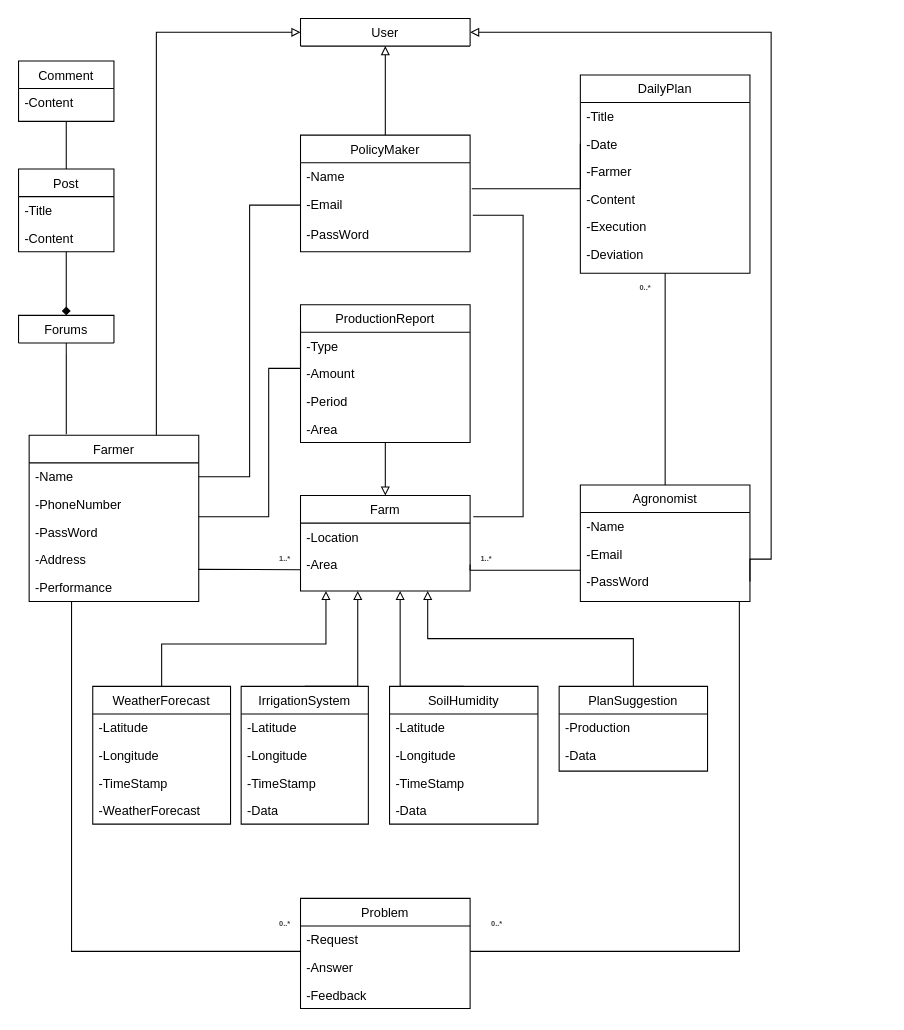
Above: RASD/diagrams/Class diagram.drawio in ictar/DREAM-SE2-Project-2022 (draw.io), before the change. Source tidied: cells renumbered, new cells numbered last; positions are measured from the earlier drawing's top-left corner, leaving out a move shared by most shapes. Both pictures are drawn from the tidied source at 106%, with x=0, y=0 at pixel (18, 18).
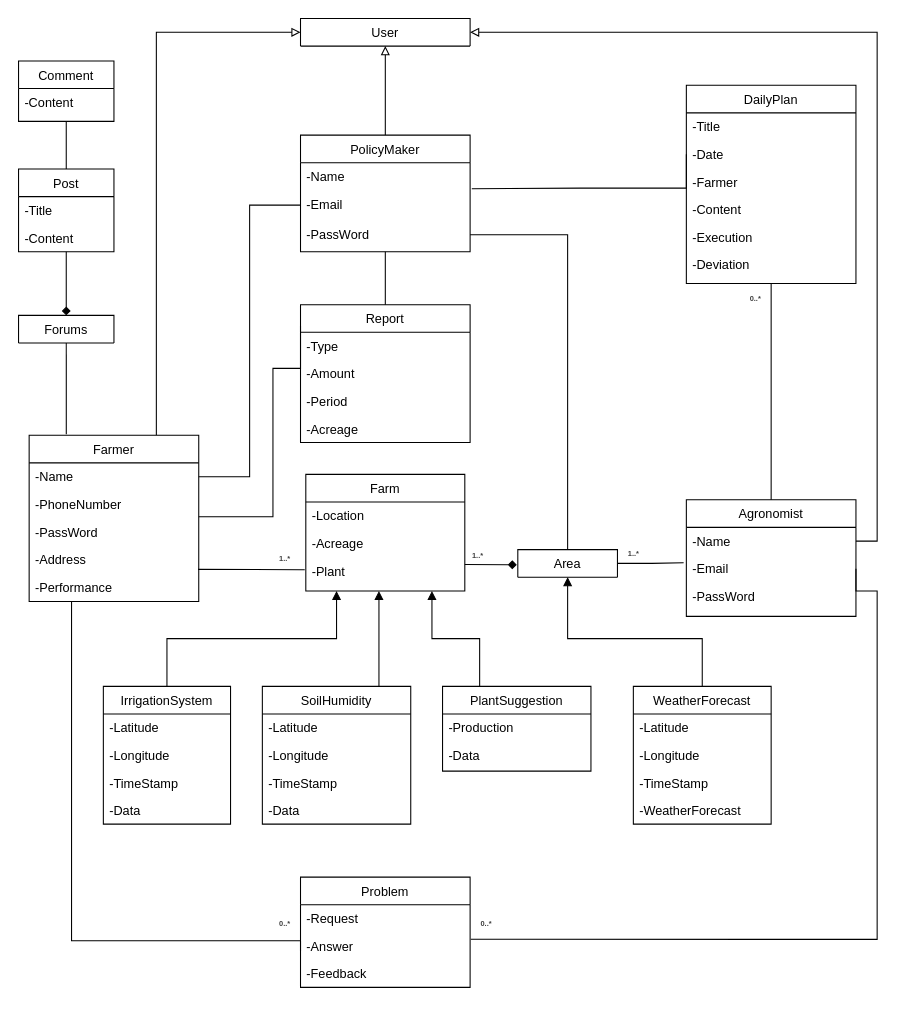
Above is the later version.

Commit message (it also covers changes not shown here):
Update  class&usecase diagram

The change refers to these unchanged cells:
```xml
<mxCell id="14" value="-Name" style="text;align=left;verticalAlign=top;spacingLeft=4;spacingRight=4;overflow=hidden;points=[[0,0.5],[1,0.5]];portConstraint=eastwest;" parent="13" vertex="1">
  <mxGeometry y="26" width="160" height="26" as="geometry" />
</mxCell>
<mxCell id="15" value="-Email" style="text;align=left;verticalAlign=top;spacingLeft=4;spacingRight=4;overflow=hidden;points=[[0,0.5],[1,0.5]];portConstraint=eastwest;" parent="13" vertex="1">
  <mxGeometry y="52" width="160" height="26" as="geometry" />
</mxCell>
<mxCell id="16" value="-PassWord" style="text;align=left;verticalAlign=top;spacingLeft=4;spacingRight=4;overflow=hidden;points=[[0,0.5],[1,0.5]];portConstraint=eastwest;" parent="13" vertex="1">
  <mxGeometry y="78" width="160" height="26" as="geometry" />
</mxCell>
<mxCell id="18" value="PolicyMaker" style="swimlane;fontStyle=0;align=center;verticalAlign=top;horizontal=1;startSize=26;rounded=0;shadow=0;strokeWidth=1;" parent="1" vertex="1">
  <mxGeometry x="266" y="110" width="160" height="110" as="geometry" />
</mxCell>
<mxCell id="20" value="-Email" style="text;align=left;verticalAlign=top;spacingLeft=4;spacingRight=4;overflow=hidden;points=[[0,0.5],[1,0.5]];portConstraint=eastwest;" parent="18" vertex="1">
  <mxGeometry y="52" width="160" height="28" as="geometry" />
</mxCell>
<mxCell id="21" value="-PassWord" style="text;align=left;verticalAlign=top;spacingLeft=4;spacingRight=4;overflow=hidden;points=[[0,0.5],[1,0.5]];portConstraint=eastwest;" parent="18" vertex="1">
  <mxGeometry y="80" width="160" height="28" as="geometry" />
</mxCell>
<mxCell id="28" value="-Answer" style="text;align=left;verticalAlign=top;spacingLeft=4;spacingRight=4;overflow=hidden;points=[[0,0.5],[1,0.5]];portConstraint=eastwest;rounded=0;shadow=0;html=0;" parent="26" vertex="1">
  <mxGeometry y="52" width="160" height="26" as="geometry" />
</mxCell>
<mxCell id="41" value="-Address" style="text;align=left;verticalAlign=top;spacingLeft=4;spacingRight=4;overflow=hidden;points=[[0,0.5],[1,0.5]];portConstraint=eastwest;" parent="1" vertex="1">
  <mxGeometry x="10" y="497.2" width="160" height="26" as="geometry" />
</mxCell>
<mxCell id="70" value="User" style="swimlane;fontStyle=0;align=center;verticalAlign=top;horizontal=1;startSize=26;rounded=0;shadow=0;strokeWidth=1;" parent="1" vertex="1" collapsed="1">
  <mxGeometry x="266" width="160" height="26" as="geometry" />
</mxCell>
```

Change to the diagram source:
```diff
@@
-    <mxCell id="2" style="edgeStyle=orthogonalEdgeStyle;rounded=0;jettySize=auto;html=1;exitX=0.5;exitY=1;exitDx=0;exitDy=0;entryX=0.5;entryY=0;entryDx=0;entryDy=0;fontSize=7;endArrow=block;endFill=0;" parent="1" edge="1" source="3" target="22">
-      <mxGeometry relative="1" as="geometry" />
-    </mxCell>
-    <mxCell id="3" value="ProductionReport" style="swimlane;fontStyle=0;align=center;verticalAlign=top;horizontal=1;startSize=26;rounded=0;shadow=0;strokeWidth=1;" parent="1" vertex="1">
+    <mxCell id="3" value="Report" style="swimlane;fontStyle=0;align=center;verticalAlign=top;horizontal=1;startSize=26;rounded=0;shadow=0;strokeWidth=1;" parent="1" vertex="1">
       <mxGeometry x="266" y="270" width="160" height="130" as="geometry" />
     </mxCell>
@@
-    <mxCell id="7" value="-Area" style="text;align=left;verticalAlign=top;spacingLeft=4;spacingRight=4;overflow=hidden;" parent="3" vertex="1">
+    <mxCell id="7" value="-Acreage" style="text;align=left;verticalAlign=top;spacingLeft=4;spacingRight=4;overflow=hidden;" parent="3" vertex="1">
       <mxGeometry y="104" width="160" height="26" as="geometry" />
     </mxCell>
@@
     <mxCell id="13" value="Agronomist" style="swimlane;fontStyle=0;align=center;verticalAlign=top;horizontal=1;startSize=26;rounded=0;shadow=0;strokeWidth=1;" parent="1" vertex="1">
-      <mxGeometry x="530" y="440" width="160" height="110" as="geometry" />
+      <mxGeometry x="630" y="454" width="160" height="110" as="geometry" />
     </mxCell>
@@
+    <mxCell id="86" style="edgeStyle=orthogonalEdgeStyle;rounded=0;jettySize=auto;html=1;exitX=0.5;exitY=1;exitDx=0;exitDy=0;entryX=0.5;entryY=0;entryDx=0;entryDy=0;endArrow=none;endFill=0;" parent="1" edge="1" source="18" target="3">
+      <mxGeometry relative="1" as="geometry" />
+    </mxCell>
@@
     <mxCell id="22" value="Farm" style="swimlane;fontStyle=0;align=center;verticalAlign=top;horizontal=1;startSize=26;rounded=0;shadow=0;strokeWidth=1;" parent="1" vertex="1">
-      <mxGeometry x="266" y="450" width="160" height="90" as="geometry" />
+      <mxGeometry x="271" y="430" width="150" height="110" as="geometry" />
     </mxCell>
     <mxCell id="23" value="-Location" style="text;align=left;verticalAlign=top;spacingLeft=4;spacingRight=4;overflow=hidden;rounded=0;shadow=0;html=0;" parent="22" vertex="1">
-      <mxGeometry y="26" width="160" height="26" as="geometry" />
+      <mxGeometry y="26" width="150" height="26" as="geometry" />
     </mxCell>
-    <mxCell id="24" value="-Area" style="text;align=left;verticalAlign=top;spacingLeft=4;spacingRight=4;overflow=hidden;points=[[0,0.5],[1,0.5]];portConstraint=eastwest;" parent="22" vertex="1">
-      <mxGeometry y="52" width="160" height="26" as="geometry" />
+    <mxCell id="24" value="-Acreage" style="text;align=left;verticalAlign=top;spacingLeft=4;spacingRight=4;overflow=hidden;points=[[0,0.5],[1,0.5]];portConstraint=eastwest;" parent="22" vertex="1">
+      <mxGeometry y="52" width="150" height="26" as="geometry" />
     </mxCell>
@@
+    <mxCell id="87" value="-Plant" style="text;align=left;verticalAlign=top;spacingLeft=4;spacingRight=4;overflow=hidden;" parent="22" vertex="1">
+      <mxGeometry y="78" width="150" height="26" as="geometry" />
+    </mxCell>
     <mxCell id="26" value="Problem" style="swimlane;fontStyle=0;align=center;verticalAlign=top;horizontal=1;startSize=26;rounded=0;shadow=0;strokeWidth=1;" parent="1" vertex="1">
-      <mxGeometry x="266" y="830" width="160" height="104" as="geometry" />
+      <mxGeometry x="266" y="810" width="160" height="104" as="geometry" />
     </mxCell>
@@
     <mxCell id="33" value="DailyPlan" style="swimlane;fontStyle=0;align=center;verticalAlign=top;horizontal=1;startSize=26;rounded=0;shadow=0;strokeWidth=1;" parent="1" vertex="1">
-      <mxGeometry x="530" y="53.2" width="160" height="187" as="geometry" />
+      <mxGeometry x="630" y="63" width="160" height="187" as="geometry" />
     </mxCell>
@@
     <mxCell id="40" style="edgeStyle=orthogonalEdgeStyle;rounded=0;orthogonalLoop=1;jettySize=auto;html=1;endArrow=none;endFill=0;" parent="1" edge="1">
       <mxGeometry relative="1" as="geometry">
         <mxPoint x="170" y="470" as="sourcePoint" />
         <mxPoint x="266" y="290" as="targetPoint" />
         <Array as="points">
-          <mxPoint x="236" y="470" />
-          <mxPoint x="236" y="330" />
+          <mxPoint x="240" y="470" />
+          <mxPoint x="240" y="330" />
           <mxPoint x="266" y="330" />
         </Array>
       </mxGeometry>
     </mxCell>
@@
-    <mxCell id="43" style="edgeStyle=orthogonalEdgeStyle;rounded=0;jettySize=auto;html=1;entryX=1.016;entryY=0.839;entryDx=0;entryDy=0;entryPerimeter=0;endArrow=none;endFill=0;" parent="1" edge="1" target="20">
-      <mxGeometry relative="1" as="geometry">
-        <mxPoint x="429" y="470" as="sourcePoint" />
-        <Array as="points">
-          <mxPoint x="476" y="470" />
-          <mxPoint x="476" y="185" />
-          <mxPoint x="429" y="185" />
-        </Array>
-      </mxGeometry>
-    </mxCell>
@@
-    <mxCell id="45" style="edgeStyle=orthogonalEdgeStyle;rounded=0;jettySize=auto;html=1;exitX=0.5;exitY=0;exitDx=0;exitDy=0;endArrow=block;endFill=0;" parent="1" edge="1" source="46">
-      <mxGeometry relative="1" as="geometry">
-        <mxPoint x="290" y="540" as="targetPoint" />
-        <Array as="points">
-          <mxPoint x="140" y="590" />
-          <mxPoint x="290" y="590" />
-          <mxPoint x="290" y="550" />
-        </Array>
-      </mxGeometry>
-    </mxCell>
+    <mxCell id="88" style="edgeStyle=orthogonalEdgeStyle;rounded=0;jettySize=auto;html=1;exitX=0.5;exitY=0;exitDx=0;exitDy=0;entryX=0.5;entryY=1;entryDx=0;entryDy=0;endArrow=block;endFill=1;" parent="1" edge="1" target="93">
+      <mxGeometry relative="1" as="geometry">
+        <mxPoint x="645" y="636" as="sourcePoint" />
+        <Array as="points">
+          <mxPoint x="645" y="585" />
+          <mxPoint x="518" y="585" />
+        </Array>
+      </mxGeometry>
+    </mxCell>
     <mxCell id="46" value="WeatherForecast" style="swimlane;fontStyle=0;align=center;verticalAlign=top;horizontal=1;startSize=26;rounded=0;shadow=0;strokeWidth=1;" parent="1" vertex="1">
-      <mxGeometry x="70" y="630" width="130" height="130" as="geometry" />
+      <mxGeometry x="580" y="630" width="130" height="130" as="geometry" />
     </mxCell>
@@
-    <mxCell id="51" style="edgeStyle=orthogonalEdgeStyle;rounded=0;jettySize=auto;html=1;exitX=0.5;exitY=0;exitDx=0;exitDy=0;endArrow=block;endFill=0;" parent="1" edge="1" source="52">
-      <mxGeometry relative="1" as="geometry">
-        <mxPoint x="320" y="540" as="targetPoint" />
-        <Array as="points">
-          <mxPoint x="320" y="630" />
-        </Array>
-      </mxGeometry>
-    </mxCell>
+    <mxCell id="89" style="edgeStyle=orthogonalEdgeStyle;rounded=0;jettySize=auto;html=1;exitX=0.5;exitY=0;exitDx=0;exitDy=0;endArrow=block;endFill=1;" parent="1" edge="1" source="52">
+      <mxGeometry relative="1" as="geometry">
+        <mxPoint x="300" y="540" as="targetPoint" />
+        <Array as="points">
+          <mxPoint x="140" y="585" />
+          <mxPoint x="300" y="585" />
+          <mxPoint x="300" y="540" />
+        </Array>
+      </mxGeometry>
+    </mxCell>
     <mxCell id="52" value="IrrigationSystem" style="swimlane;fontStyle=0;align=center;verticalAlign=top;horizontal=1;startSize=26;rounded=0;shadow=0;strokeWidth=1;" parent="1" vertex="1">
-      <mxGeometry x="210" y="630" width="120" height="130" as="geometry" />
+      <mxGeometry x="80" y="630" width="120" height="130" as="geometry" />
     </mxCell>
@@
-    <mxCell id="57" style="edgeStyle=orthogonalEdgeStyle;rounded=0;jettySize=auto;html=1;exitX=0.5;exitY=0;exitDx=0;exitDy=0;endArrow=block;endFill=0;" parent="1" edge="1" source="58">
-      <mxGeometry relative="1" as="geometry">
-        <mxPoint x="360" y="540" as="targetPoint" />
-        <Array as="points">
-          <mxPoint x="360" y="630" />
-          <mxPoint x="360" y="550" />
-        </Array>
-      </mxGeometry>
-    </mxCell>
+    <mxCell id="90" style="edgeStyle=orthogonalEdgeStyle;rounded=0;orthogonalLoop=1;jettySize=auto;html=1;exitX=0.75;exitY=0;exitDx=0;exitDy=0;endArrow=block;endFill=1;" parent="1" edge="1">
+      <mxGeometry relative="1" as="geometry">
+        <mxPoint x="340" y="630" as="sourcePoint" />
+        <mxPoint x="340" y="540" as="targetPoint" />
+      </mxGeometry>
+    </mxCell>
     <mxCell id="58" value="SoilHumidity" style="swimlane;fontStyle=0;align=center;verticalAlign=top;horizontal=1;startSize=26;rounded=0;shadow=0;strokeWidth=1;" parent="1" vertex="1">
-      <mxGeometry x="350" y="630" width="140" height="130" as="geometry" />
+      <mxGeometry x="230" y="630" width="140" height="130" as="geometry" />
     </mxCell>
@@
     <mxCell id="63" style="edgeStyle=orthogonalEdgeStyle;rounded=0;jettySize=auto;html=1;entryX=0.996;entryY=0.864;entryDx=0;entryDy=0;entryPerimeter=0;endArrow=none;endFill=0;" parent="1" edge="1" target="41">
       <mxGeometry relative="1" as="geometry">
-        <mxPoint x="266" y="520" as="sourcePoint" />
+        <mxPoint x="270" y="520" as="sourcePoint" />
         <Array as="points">
           <mxPoint x="266" y="520" />
         </Array>
       </mxGeometry>
     </mxCell>
@@
     <mxCell id="65" value="&lt;span style=&quot;color: rgb(63 , 63 , 63) ; font-size: 7px ; background-color: rgb(255 , 255 , 255)&quot;&gt;&lt;b&gt;0..*&lt;/b&gt;&lt;/span&gt;" style="text;html=1;align=center;verticalAlign=middle;strokeColor=none;fillColor=none;fontSize=7;" parent="1" vertex="1">
-      <mxGeometry x="576" y="250" width="30" height="10" as="geometry" />
+      <mxGeometry x="680" y="260" width="30" height="10" as="geometry" />
     </mxCell>
     <mxCell id="66" style="edgeStyle=orthogonalEdgeStyle;rounded=0;orthogonalLoop=1;jettySize=auto;html=1;fontSize=7;endArrow=none;endFill=0;" parent="1" edge="1">
       <mxGeometry relative="1" as="geometry">
         <mxPoint x="266" y="880" as="sourcePoint" />
         <mxPoint x="50" y="550" as="targetPoint" />
         <Array as="points">
-          <mxPoint x="50" y="880" />
-          <mxPoint x="50" y="550" />
+          <mxPoint x="266" y="870" />
+          <mxPoint x="50" y="870" />
         </Array>
       </mxGeometry>
     </mxCell>
-    <mxCell id="67" style="edgeStyle=orthogonalEdgeStyle;rounded=0;orthogonalLoop=1;jettySize=auto;html=1;fontSize=7;endArrow=none;endFill=0;" parent="1" edge="1">
-      <mxGeometry relative="1" as="geometry">
-        <mxPoint x="426" y="880" as="sourcePoint" />
-        <mxPoint x="680" y="550" as="targetPoint" />
-        <Array as="points">
-          <mxPoint x="680" y="880" />
-        </Array>
-      </mxGeometry>
-    </mxCell>
@@
     <mxCell id="69" value="&lt;span style=&quot;color: rgb(63 , 63 , 63) ; font-size: 7px ; background-color: rgb(255 , 255 , 255)&quot;&gt;&lt;b&gt;0..*&lt;/b&gt;&lt;/span&gt;" style="text;html=1;align=center;verticalAlign=middle;strokeColor=none;fillColor=none;fontSize=7;" parent="1" vertex="1">
-      <mxGeometry x="436" y="850" width="30" height="10" as="geometry" />
+      <mxGeometry x="426" y="850" width="30" height="10" as="geometry" />
     </mxCell>
@@
-    <mxCell id="71" style="edgeStyle=orthogonalEdgeStyle;rounded=0;jettySize=auto;html=1;exitX=1;exitY=0.5;exitDx=0;exitDy=0;entryX=1;entryY=0.5;entryDx=0;entryDy=0;fontSize=7;endArrow=block;endFill=0;" parent="1" edge="1" source="16" target="70">
-      <mxGeometry relative="1" as="geometry">
-        <Array as="points">
-          <mxPoint x="690" y="510" />
-          <mxPoint x="710" y="510" />
-          <mxPoint x="710" y="13" />
-        </Array>
-      </mxGeometry>
-    </mxCell>
-    <mxCell id="72" style="edgeStyle=orthogonalEdgeStyle;rounded=0;jettySize=auto;html=1;exitX=0.5;exitY=0;exitDx=0;exitDy=0;entryX=0.75;entryY=1;entryDx=0;entryDy=0;fontSize=7;endArrow=block;endFill=0;" parent="1" edge="1" source="73" target="22">
-      <mxGeometry relative="1" as="geometry" />
-    </mxCell>
+    <mxCell id="91" style="edgeStyle=orthogonalEdgeStyle;rounded=0;jettySize=auto;html=1;exitX=0.25;exitY=0;exitDx=0;exitDy=0;endArrow=block;endFill=1;" parent="1" edge="1" source="73">
+      <mxGeometry relative="1" as="geometry">
+        <mxPoint x="390" y="540" as="targetPoint" />
+        <Array as="points">
+          <mxPoint x="435" y="585" />
+          <mxPoint x="390" y="585" />
+          <mxPoint x="390" y="540" />
+        </Array>
+      </mxGeometry>
+    </mxCell>
-    <mxCell id="73" value="PlanSuggestion" style="swimlane;fontStyle=0;align=center;verticalAlign=top;horizontal=1;startSize=26;rounded=0;shadow=0;strokeWidth=1;" parent="1" vertex="1">
-      <mxGeometry x="510" y="630" width="140" height="80" as="geometry" />
+    <mxCell id="73" value="PlantSuggestion" style="swimlane;fontStyle=0;align=center;verticalAlign=top;horizontal=1;startSize=26;rounded=0;shadow=0;strokeWidth=1;" parent="1" vertex="1">
+      <mxGeometry x="400" y="630" width="140" height="80" as="geometry" />
     </mxCell>
@@
-    <mxCell id="76" style="edgeStyle=orthogonalEdgeStyle;rounded=0;jettySize=auto;html=1;exitX=1;exitY=0.5;exitDx=0;exitDy=0;entryX=0;entryY=0.25;entryDx=0;entryDy=0;entryPerimeter=0;fontSize=7;endArrow=none;endFill=0;" parent="1" edge="1" source="24">
-      <mxGeometry relative="1" as="geometry">
-        <mxPoint x="530" y="520.5" as="targetPoint" />
-        <Array as="points">
-          <mxPoint x="426" y="521" />
-        </Array>
-      </mxGeometry>
-    </mxCell>
     <mxCell id="77" value="&lt;span style=&quot;color: rgb(63 , 63 , 63) ; font-size: 7px ; background-color: rgb(255 , 255 , 255)&quot;&gt;&lt;b&gt;1..*&lt;/b&gt;&lt;/span&gt;" style="text;html=1;align=center;verticalAlign=middle;strokeColor=none;fillColor=none;fontSize=7;" parent="1" vertex="1">
-      <mxGeometry x="426" y="505" width="30" height="10" as="geometry" />
+      <mxGeometry x="418" y="502" width="30" height="10" as="geometry" />
     </mxCell>
@@
+    <mxCell id="92" style="edgeStyle=orthogonalEdgeStyle;rounded=0;jettySize=auto;html=1;exitX=1;exitY=0.5;exitDx=0;exitDy=0;entryX=-0.016;entryY=0.281;entryDx=0;entryDy=0;entryPerimeter=0;endArrow=none;endFill=0;" parent="1" edge="1" source="93" target="15">
+      <mxGeometry relative="1" as="geometry" />
+    </mxCell>
+    <mxCell id="93" value="Area" style="swimlane;fontStyle=0;align=center;verticalAlign=top;horizontal=1;startSize=26;rounded=0;shadow=0;strokeWidth=1;" parent="1" vertex="1" collapsed="1">
+      <mxGeometry x="471" y="501" width="94" height="26" as="geometry" />
+    </mxCell>
+    <mxCell id="94" style="edgeStyle=orthogonalEdgeStyle;rounded=0;orthogonalLoop=1;jettySize=auto;html=1;endArrow=diamond;endFill=1;" parent="1" edge="1">
+      <mxGeometry relative="1" as="geometry">
+        <mxPoint x="421" y="515" as="sourcePoint" />
+        <mxPoint x="470" y="515.3" as="targetPoint" />
+        <Array as="points">
+          <mxPoint x="421" y="515" />
+        </Array>
+      </mxGeometry>
+    </mxCell>
+    <mxCell id="95" value="&lt;span style=&quot;color: rgb(63 , 63 , 63) ; font-size: 7px ; background-color: rgb(255 , 255 , 255)&quot;&gt;&lt;b&gt;1..*&lt;/b&gt;&lt;/span&gt;" style="text;html=1;align=center;verticalAlign=middle;strokeColor=none;fillColor=none;fontSize=7;" parent="1" vertex="1">
+      <mxGeometry x="565" y="501" width="30" height="10" as="geometry" />
+    </mxCell>
+    <mxCell id="96" style="edgeStyle=orthogonalEdgeStyle;rounded=0;jettySize=auto;html=1;exitX=1;exitY=0.5;exitDx=0;exitDy=0;endArrow=none;endFill=0;" parent="1" edge="1" source="21" target="93">
+      <mxGeometry relative="1" as="geometry" />
+    </mxCell>
+    <mxCell id="97" style="edgeStyle=orthogonalEdgeStyle;rounded=0;jettySize=auto;html=1;exitX=1;exitY=0.5;exitDx=0;exitDy=0;entryX=1.004;entryY=0.256;entryDx=0;entryDy=0;entryPerimeter=0;endArrow=none;endFill=0;" parent="1" edge="1" source="15" target="28">
+      <mxGeometry relative="1" as="geometry">
+        <Array as="points">
+          <mxPoint x="790" y="540" />
+          <mxPoint x="810" y="540" />
+          <mxPoint x="810" y="869" />
+        </Array>
+      </mxGeometry>
+    </mxCell>
+    <mxCell id="98" style="edgeStyle=orthogonalEdgeStyle;rounded=0;jettySize=auto;html=1;exitX=1;exitY=0.5;exitDx=0;exitDy=0;entryX=1;entryY=0.5;entryDx=0;entryDy=0;endArrow=block;endFill=0;" parent="1" edge="1" source="14" target="70">
+      <mxGeometry relative="1" as="geometry" />
+    </mxCell>
```
